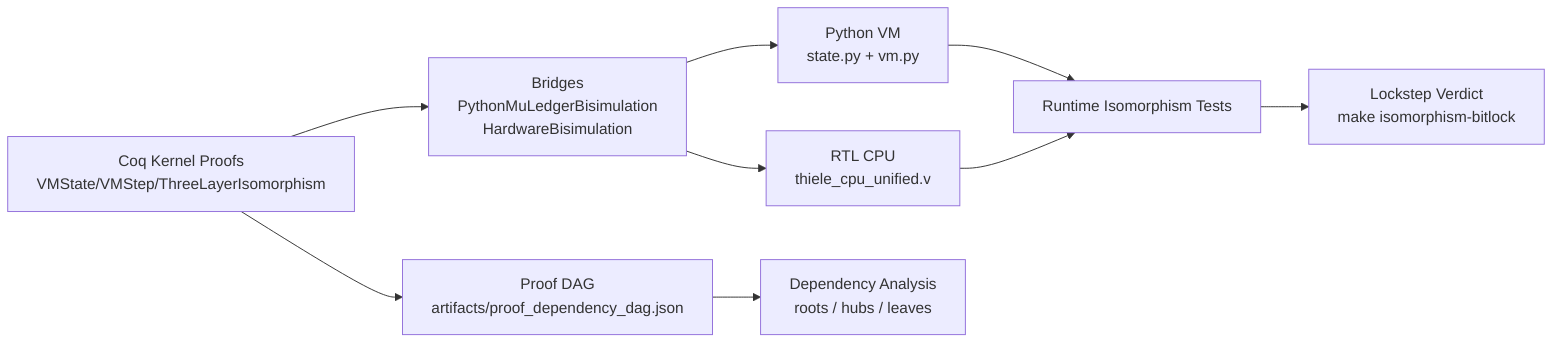
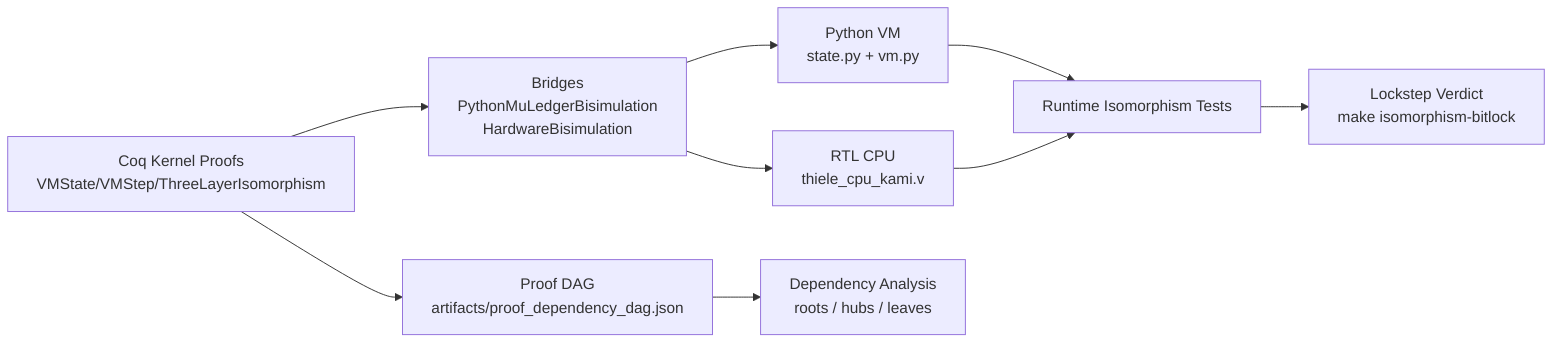
flowchart LR
    A[Coq Kernel Proofs
VMState/VMStep/ThreeLayerIsomorphism] --> B[Bridges
PythonMuLedgerBisimulation
HardwareBisimulation]
    B --> C[Python VM
state.py + vm.py]
    B --> D[RTL CPU
- thiele_cpu_unified.v]
+ thiele_cpu_kami.v]
    C --> E[Runtime Isomorphism Tests]
    D --> E
    E --> F[Lockstep Verdict
make isomorphism-bitlock]
    A --> G[Proof DAG
artifacts/proof_dependency_dag.json]
    G --> H[Dependency Analysis
roots / hubs / leaves]
